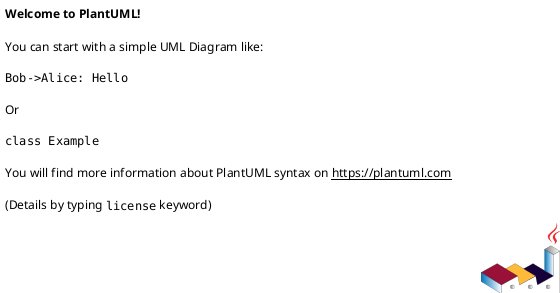
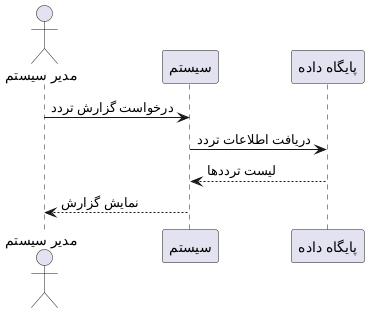
@startuml
+ actor "مدیر سیستم" as Admin
+ 
+ participant "سیستم" as System
+ participant "پایگاه داده" as DB
+ 
+ Admin -> System : درخواست گزارش تردد
+ System -> DB : دریافت اطلاعات تردد
+ DB --> System : لیست ترددها
+ System --> Admin : نمایش گزارش
+ 
@enduml
